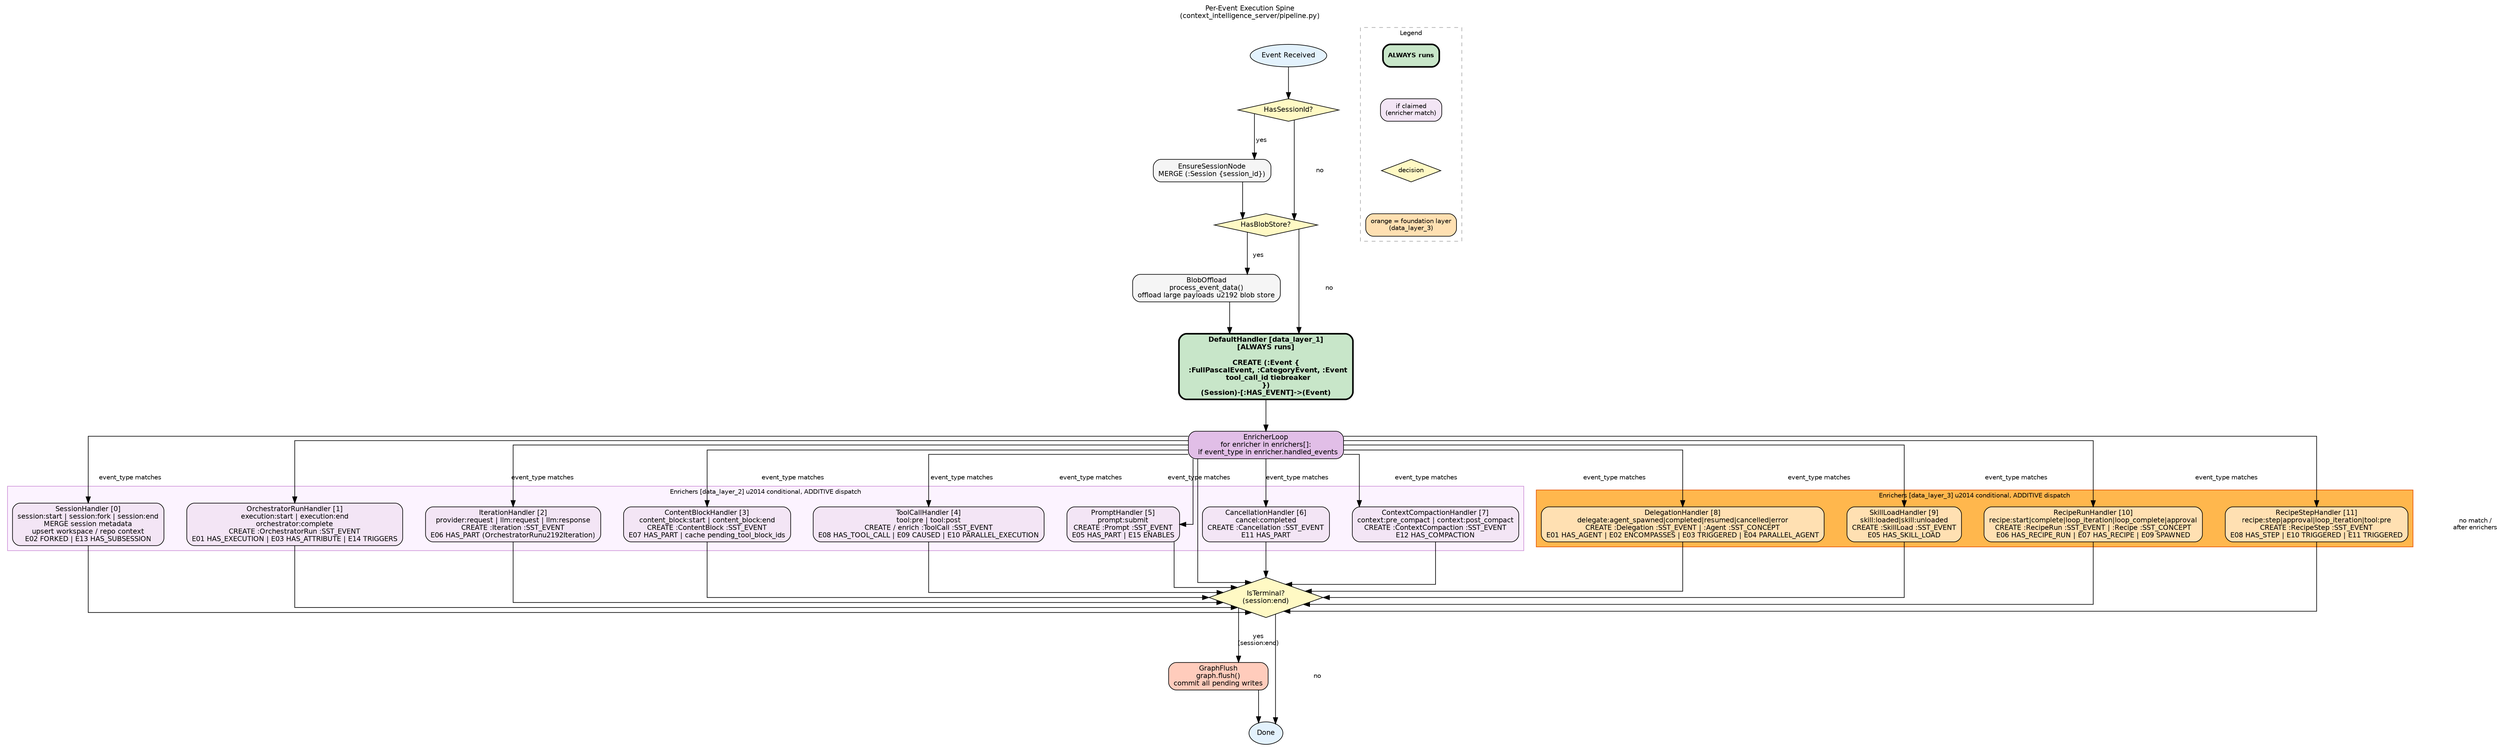
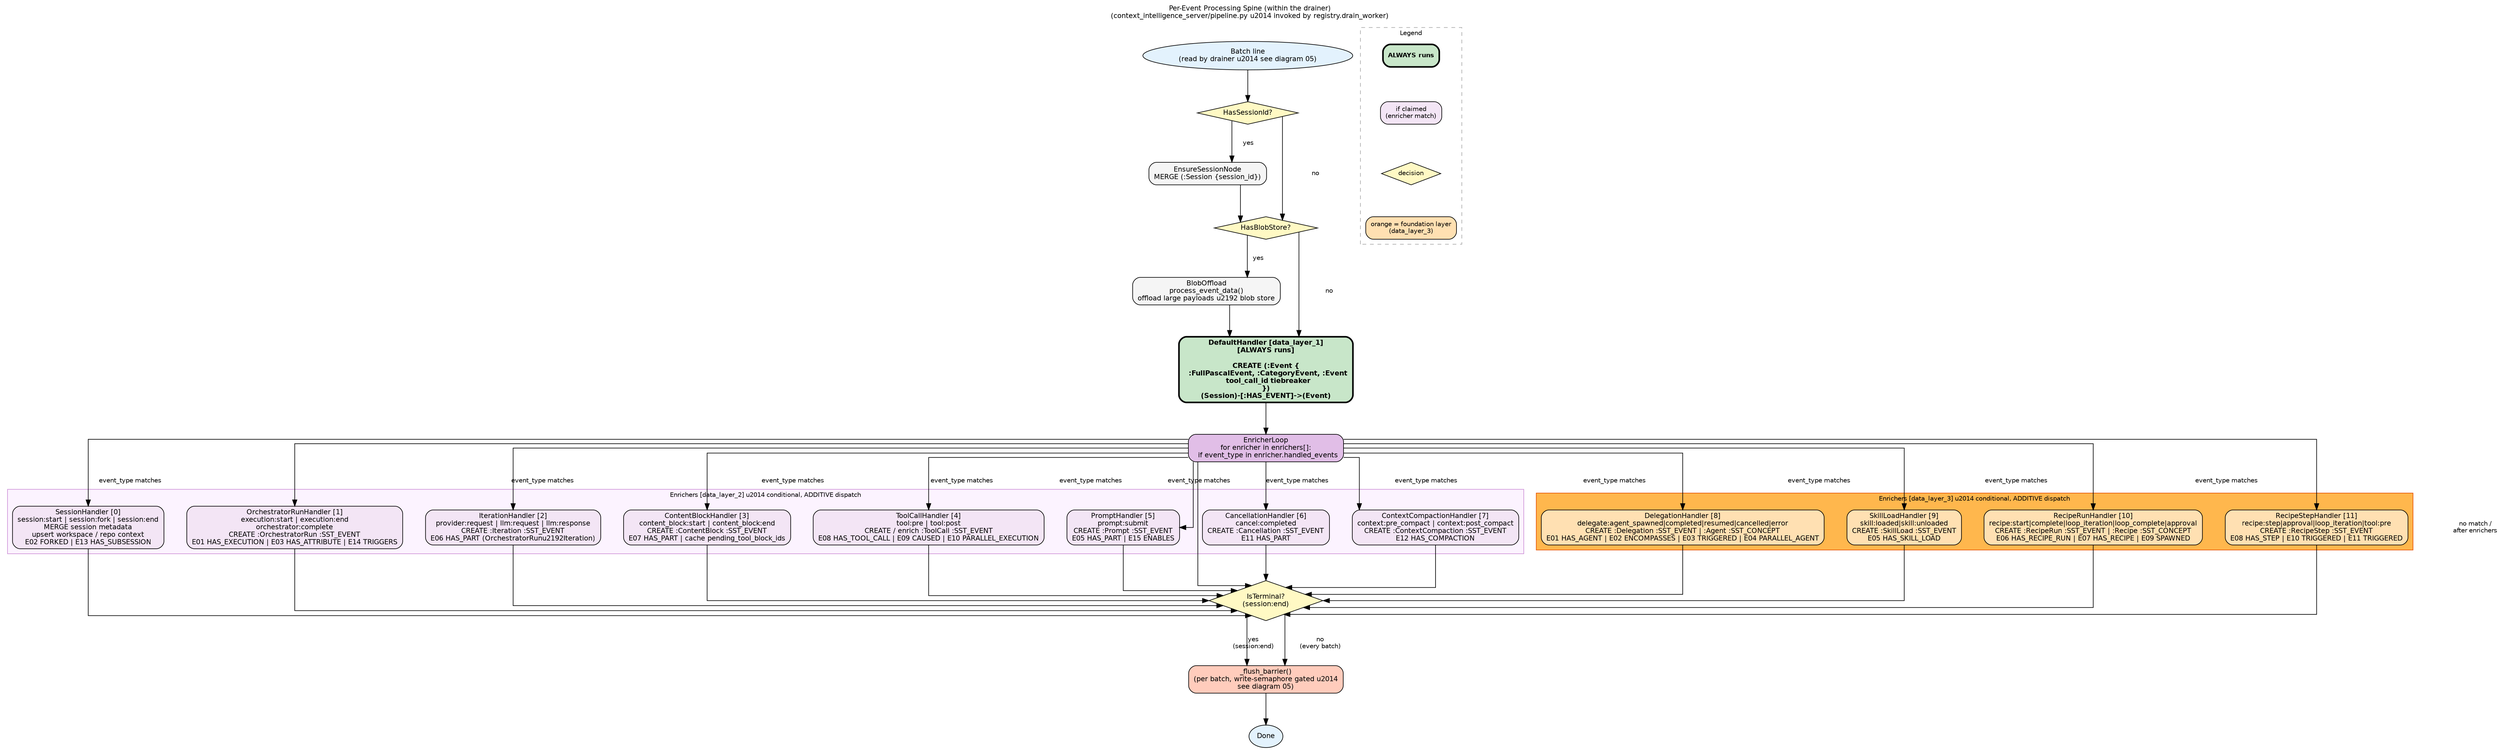
digraph pipeline_flow {
    // -- Global defaults ------------------------------------------------------
    graph [
        rankdir   = TB
        splines   = ortho
        compound  = true
        nodesep   = 0.5
        ranksep   = 0.7
        fontname  = "Helvetica"
        fontsize  = 11
-         label     = "Per-Event Execution Spine\n(context_intelligence_server/pipeline.py)"
+         label     = "Per-Event Processing Spine (within the drainer)\n(context_intelligence_server/pipeline.py \u2014 invoked by registry.drain_worker)"
        labelloc  = t
        labeljust = c
    ]
    node [
        fontname = "Helvetica"
        fontsize = 11
        style    = "filled,rounded"
        shape    = box
    ]
    edge [
        fontname = "Helvetica"
        fontsize = 10
    ]

    // -- Entry ----------------------------------------------------------------
    EventReceived [
-         label     = "Event Received"
+         label     = "Batch line\n(read by drainer \u2014 see diagram 05)"
        shape     = oval
        fillcolor = "#E3F2FD"
    ]

    // -- Session guarantee ----------------------------------------------------
    HasSessionId [
        label     = "HasSessionId?"
        shape     = diamond
        fillcolor = "#FFF9C4"
        style     = "filled"
    ]

    EnsureSessionNode [
        label     = "EnsureSessionNode\nMERGE (:Session {session_id})"
        fillcolor = "#F5F5F5"
    ]

    // -- Blob offload ---------------------------------------------------------
    HasBlobStore [
        label     = "HasBlobStore?"
        shape     = diamond
        fillcolor = "#FFF9C4"
        style     = "filled"
    ]

    BlobOffload [
        label     = "BlobOffload\nprocess_event_data()\noffload large payloads \u2192 blob store"
        fillcolor = "#F5F5F5"
    ]

    // -- DefaultHandler (ALWAYS) ----------------------------------------------
    DefaultHandler [
        label     = "DefaultHandler [data_layer_1]\n[ALWAYS runs]\n\nCREATE (:Event {\n  :FullPascalEvent, :CategoryEvent, :Event\n  tool_call_id tiebreaker\n})\n(Session)-[:HAS_EVENT]->(Event)"
        fillcolor = "#C8E6C9"
        fontname  = "Helvetica-Bold"
        penwidth  = 2.5
    ]

    // -- Enricher loop --------------------------------------------------------
    EnricherLoop [
        label     = "EnricherLoop\nfor enricher in enrichers[]:\n  if event_type in enricher.handled_events"
        fillcolor = "#E1BEE7"
    ]

    // -- Enrichers (data_layer_2) -- conditional dispatch ----------------------
    subgraph cluster_enrichers {
        graph [
            label     = "Enrichers [data_layer_2] \u2014 conditional, ADDITIVE dispatch"
            style     = "filled"
            color     = "#CE93D8"
            fillcolor = "#FCF3FF"
            fontname  = "Helvetica"
            fontsize  = 10
        ]

        SessionHandler [
            label     = "SessionHandler [0]\nsession:start | session:fork | session:end\nMERGE session metadata\nupsert workspace / repo context\nE02 FORKED | E13 HAS_SUBSESSION"
            fillcolor = "#F3E5F5"
        ]

        OrchestratorRunHandler [
            label     = "OrchestratorRunHandler [1]\nexecution:start | execution:end\norchestrator:complete\nCREATE :OrchestratorRun :SST_EVENT\nE01 HAS_EXECUTION | E03 HAS_ATTRIBUTE | E14 TRIGGERS"
            fillcolor = "#F3E5F5"
        ]

        IterationHandler [
            label     = "IterationHandler [2]\nprovider:request | llm:request | llm:response\nCREATE :Iteration :SST_EVENT\nE06 HAS_PART (OrchestratorRun\u2192Iteration)"
            fillcolor = "#F3E5F5"
        ]

        ContentBlockHandler [
            label     = "ContentBlockHandler [3]\ncontent_block:start | content_block:end\nCREATE :ContentBlock :SST_EVENT\nE07 HAS_PART | cache pending_tool_block_ids"
            fillcolor = "#F3E5F5"
        ]

        ToolCallHandler [
            label     = "ToolCallHandler [4]\ntool:pre | tool:post\nCREATE / enrich :ToolCall :SST_EVENT\nE08 HAS_TOOL_CALL | E09 CAUSED | E10 PARALLEL_EXECUTION"
            fillcolor = "#F3E5F5"
        ]

        PromptHandler [
            label     = "PromptHandler [5]\nprompt:submit\nCREATE :Prompt :SST_EVENT\nE05 HAS_PART | E15 ENABLES"
            fillcolor = "#F3E5F5"
        ]

        CancellationHandler [
            label     = "CancellationHandler [6]\ncancel:completed\nCREATE :Cancellation :SST_EVENT\nE11 HAS_PART"
            fillcolor = "#F3E5F5"
        ]

        ContextCompactionHandler [
            label     = "ContextCompactionHandler [7]\ncontext:pre_compact | context:post_compact\nCREATE :ContextCompaction :SST_EVENT\nE12 HAS_COMPACTION"
            fillcolor = "#F3E5F5"
        ]
    }

    // -- Enrichers (data_layer_3) -- conditional dispatch ----------------------
    subgraph cluster_data_layer_3 {
        graph [
            label     = "Enrichers [data_layer_3] \u2014 conditional, ADDITIVE dispatch"
            style     = "filled"
            color     = "#E65100"
            fillcolor = "#FFB74D"
            fontname  = "Helvetica"
            fontsize  = 10
        ]

        DelegationHandler [
            label     = "DelegationHandler [8]\ndelegate:agent_spawned|completed|resumed|cancelled|error\nCREATE :Delegation :SST_EVENT | :Agent :SST_CONCEPT\nE01 HAS_AGENT | E02 ENCOMPASSES | E03 TRIGGERED | E04 PARALLEL_AGENT"
            fillcolor = "#FFE0B2"
        ]

        SkillLoadHandler [
            label     = "SkillLoadHandler [9]\nskill:loaded|skill:unloaded\nCREATE :SkillLoad :SST_EVENT\nE05 HAS_SKILL_LOAD"
            fillcolor = "#FFE0B2"
        ]

        RecipeRunHandler [
            label     = "RecipeRunHandler [10]\nrecipe:start|complete|loop_iteration|loop_complete|approval\nCREATE :RecipeRun :SST_EVENT | :Recipe :SST_CONCEPT\nE06 HAS_RECIPE_RUN | E07 HAS_RECIPE | E09 SPAWNED"
            fillcolor = "#FFE0B2"
        ]

        RecipeStepHandler [
            label     = "RecipeStepHandler [11]\nrecipe:step|approval|loop_iteration|tool:pre\nCREATE :RecipeStep :SST_EVENT\nE08 HAS_STEP | E10 TRIGGERED | E11 TRIGGERED"
            fillcolor = "#FFE0B2"
        ]
    }

    // -- Terminal check -------------------------------------------------------
    IsTerminal [
        label     = "IsTerminal?\n(session:end)"
        shape     = diamond
        fillcolor = "#FFF9C4"
        style     = "filled"
    ]

    // -- Flush ----------------------------------------------------------------
    GraphFlush [
-         label     = "GraphFlush\ngraph.flush()\ncommit all pending writes"
+         label     = "_flush_barrier()\n(per batch, write-semaphore gated \u2014\nsee diagram 05)"
        fillcolor = "#FFCCBC"
    ]

    // -- Done -----------------------------------------------------------------
    Done [
        label     = "Done"
        shape     = oval
        fillcolor = "#E3F2FD"
    ]

    // -- Edges ----------------------------------------------------------------
    EventReceived   -> HasSessionId

    HasSessionId    -> EnsureSessionNode [label = "yes"]
    HasSessionId    -> HasBlobStore      [label = "no"]
    EnsureSessionNode -> HasBlobStore

    HasBlobStore    -> BlobOffload       [label = "yes"]
    HasBlobStore    -> DefaultHandler    [label = "no"]
    BlobOffload     -> DefaultHandler

    DefaultHandler  -> EnricherLoop

    // Fan-out to enrichers (compound edge to cluster head)
    EnricherLoop    -> SessionHandler            [label = "event_type matches"]
    EnricherLoop    -> OrchestratorRunHandler    [label = "event_type matches"]
    EnricherLoop    -> IterationHandler          [label = "event_type matches"]
    EnricherLoop    -> ContentBlockHandler       [label = "event_type matches"]
    EnricherLoop    -> ToolCallHandler           [label = "event_type matches"]
    EnricherLoop    -> PromptHandler             [label = "event_type matches"]
    EnricherLoop    -> CancellationHandler       [label = "event_type matches"]
    EnricherLoop    -> ContextCompactionHandler  [label = "event_type matches"]
    EnricherLoop    -> DelegationHandler         [label = "event_type matches"]
    EnricherLoop    -> SkillLoadHandler          [label = "event_type matches"]
    EnricherLoop    -> RecipeRunHandler          [label = "event_type matches"]
    EnricherLoop    -> RecipeStepHandler         [label = "event_type matches"]
    EnricherLoop    -> IsTerminal                [label = "no match /\nafter enrichers"]

    // Fan-in from enrichers
    SessionHandler           -> IsTerminal
    OrchestratorRunHandler   -> IsTerminal
    IterationHandler         -> IsTerminal
    ContentBlockHandler      -> IsTerminal
    ToolCallHandler          -> IsTerminal
    PromptHandler            -> IsTerminal
    CancellationHandler      -> IsTerminal
    ContextCompactionHandler -> IsTerminal
    DelegationHandler        -> IsTerminal
    SkillLoadHandler         -> IsTerminal
    RecipeRunHandler         -> IsTerminal
    RecipeStepHandler        -> IsTerminal

    IsTerminal -> GraphFlush [label = "yes\n(session:end)"]
-     IsTerminal -> Done       [label = "no"]
+     IsTerminal -> GraphFlush [label = "no\n(every batch)"]

    GraphFlush -> Done

    // -- Legend ---------------------------------------------------------------
    subgraph cluster_legend {
        graph [
            label     = "Legend"
            fontsize  = 10
            fontname  = "Helvetica"
            style     = "dashed"
            color     = "#AAAAAA"
        ]
        node [fontsize = 10]

        LegendAlways [
            label     = "ALWAYS runs"
            fillcolor = "#C8E6C9"
            fontname  = "Helvetica-Bold"
            penwidth  = 2.5
        ]
        LegendClaimed [
            label     = "if claimed\n(enricher match)"
            fillcolor = "#F3E5F5"
        ]
        LegendDecision [
            label     = "decision"
            shape     = diamond
            fillcolor = "#FFF9C4"
            style     = "filled"
        ]

        LegendLayer3 [
            label     = "orange = foundation layer\n(data_layer_3)"
            fillcolor = "#FFE0B2"
        ]

        LegendAlways -> LegendClaimed -> LegendDecision -> LegendLayer3 [style = invis]
    }
}
